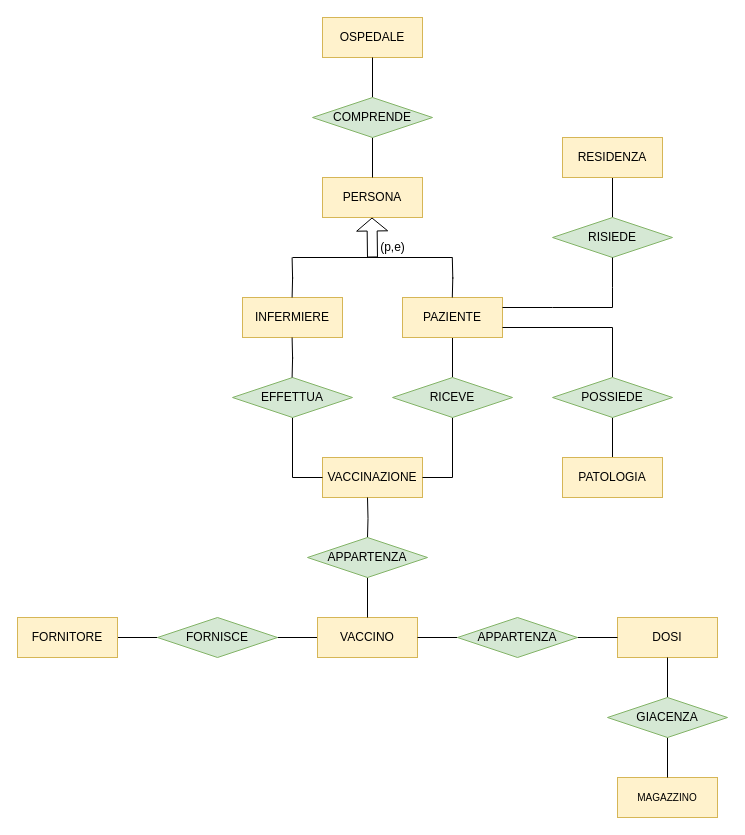
Earlier version of the draw.io diagram Diagrammi E-R/Schema finale.drawio (luigi-borriello00/Vaccinations-Tracker). Source tidied: cells renumbered, new cells numbered last; positions are measured from the earlier drawing's top-left corner, leaving out a move shared by most shapes. Both pictures are drawn from the tidied source at 100%, with x=0, y=0 at pixel (17, 17).
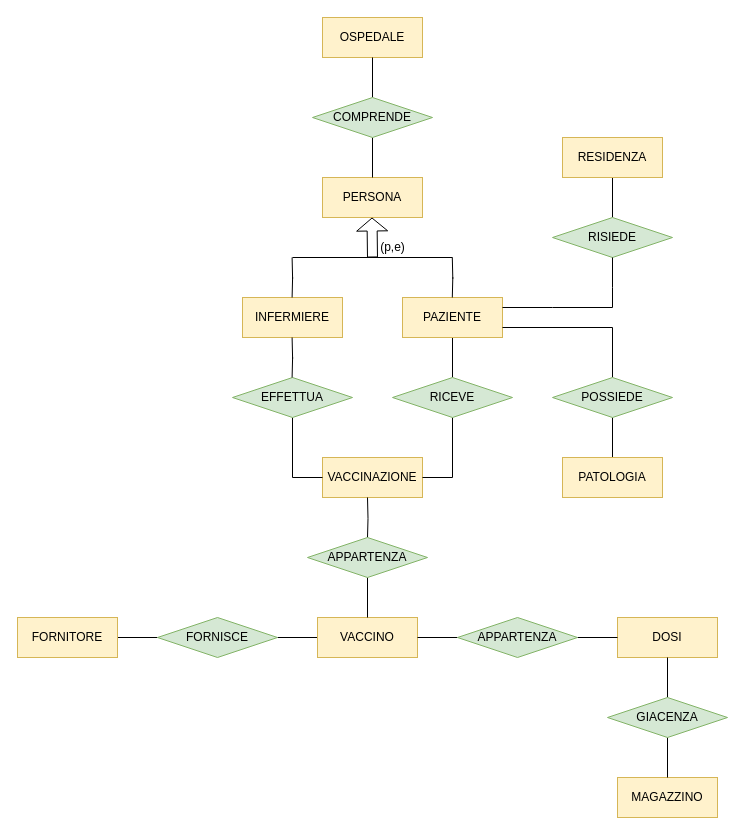
Above is the later version.

Diff of the diagram source:
```diff
@@
-    <mxCell id="26" value="&lt;font size=&quot;1&quot;&gt;MAGAZZINO&lt;/font&gt;" style="whiteSpace=wrap;html=1;align=center;fontSize=9;fillColor=#fff2cc;strokeColor=#d6b656;" parent="1" vertex="1">
+    <mxCell id="26" value="&lt;font style=&quot;font-size: 12px&quot;&gt;MAGAZZINO&lt;/font&gt;" style="whiteSpace=wrap;html=1;align=center;fontSize=9;fillColor=#fff2cc;strokeColor=#d6b656;" parent="1" vertex="1">
       <mxGeometry x="600" y="760" width="100" height="40" as="geometry" />
     </mxCell>
```
